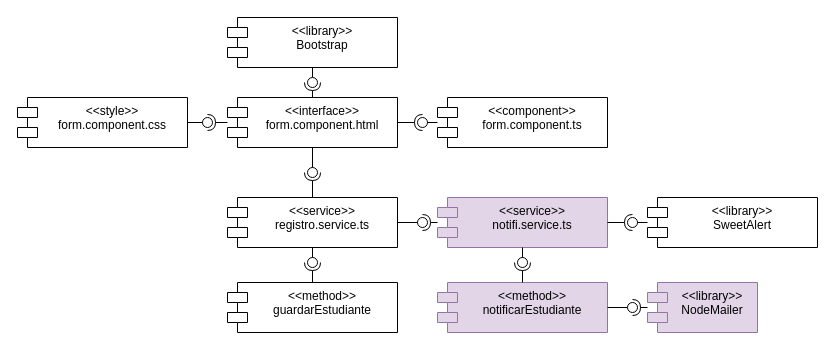
JorgeADnro/R1Torres keeps this draw.io diagram as Diagramas/DiagramaComponentes.drawio. Above is the earlier version. Source tidied: cells renumbered, new cells numbered last; positions are measured from the earlier drawing's top-left corner, leaving out a move shared by most shapes. Both pictures are drawn from the tidied source at 100%, with x=0, y=0 at pixel (17, 17).
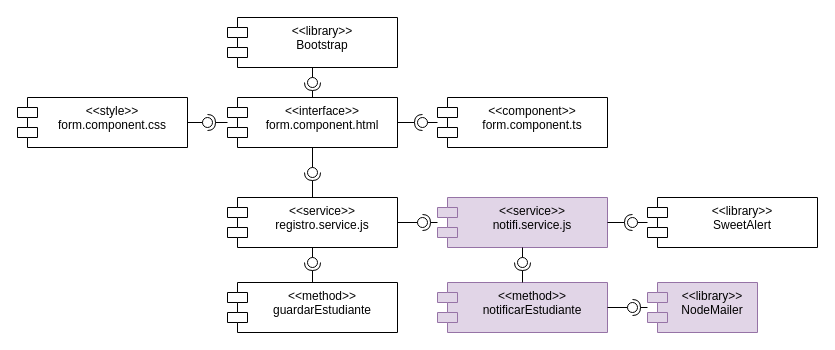
After the change.

Change to the diagram source:
```diff
@@
-    <mxCell id="9" value="&amp;lt;&amp;lt;service&amp;gt;&amp;gt;&lt;br&gt;notifi.service.ts" style="shape=module;align=left;spacingLeft=20;align=center;verticalAlign=top;whiteSpace=wrap;html=1;fillColor=#e1d5e7;strokeColor=#9673a6;" parent="1" vertex="1">
+    <mxCell id="9" value="&amp;lt;&amp;lt;service&amp;gt;&amp;gt;&lt;br&gt;notifi.service.js" style="shape=module;align=left;spacingLeft=20;align=center;verticalAlign=top;whiteSpace=wrap;html=1;fillColor=#e1d5e7;strokeColor=#9673a6;" parent="1" vertex="1">
       <mxGeometry x="420" y="180" width="170" height="50" as="geometry" />
     </mxCell>
-    <mxCell id="10" value="&amp;lt;&amp;lt;service&amp;gt;&amp;gt;&lt;br&gt;registro.service.ts" style="shape=module;align=left;spacingLeft=20;align=center;verticalAlign=top;whiteSpace=wrap;html=1;" parent="1" vertex="1">
+    <mxCell id="10" value="&amp;lt;&amp;lt;service&amp;gt;&amp;gt;&lt;br&gt;registro.service.js" style="shape=module;align=left;spacingLeft=20;align=center;verticalAlign=top;whiteSpace=wrap;html=1;" parent="1" vertex="1">
       <mxGeometry x="210" y="180" width="170" height="50" as="geometry" />
     </mxCell>
```
